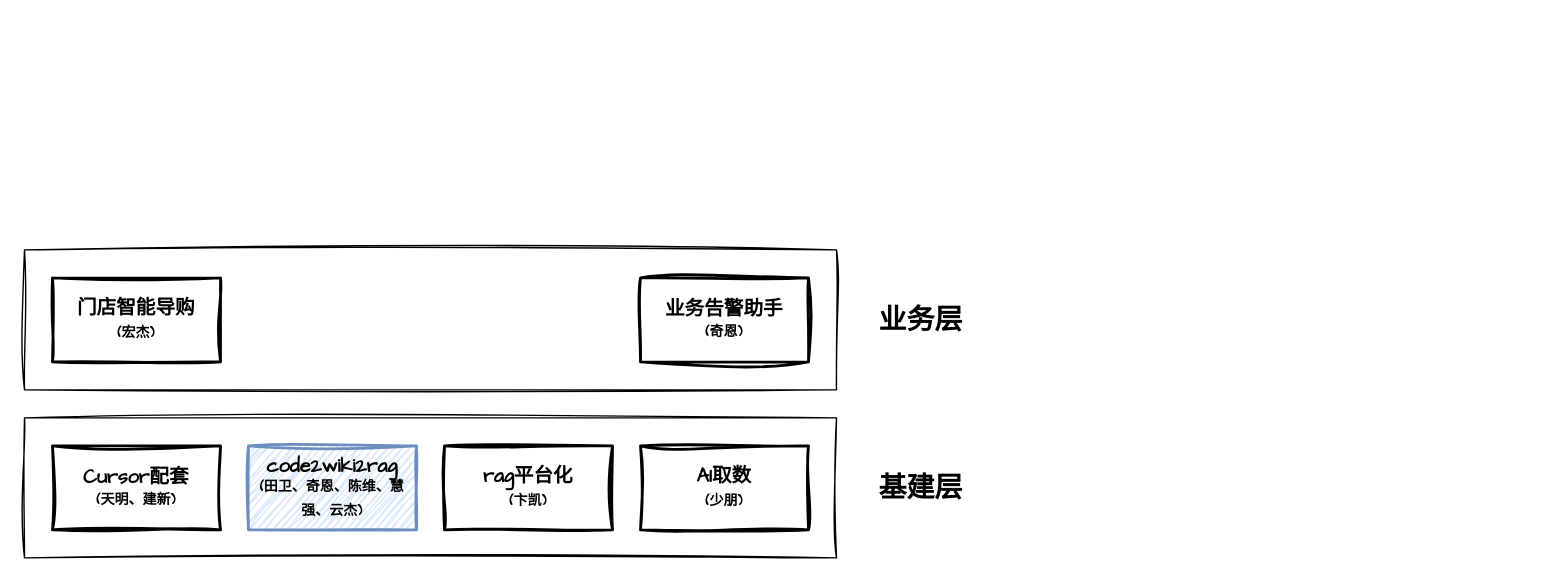
The draw.io diagram tc/AI.drawio in zhuanzhuan-tech/arch-draw-io, before the edit. Source tidied: cells renumbered, new cells numbered last; positions are measured from the earlier drawing's top-left corner, leaving out a move shared by most shapes. Both pictures are drawn from the tidied source at 140%, with x=0, y=0 at pixel (24, 249).
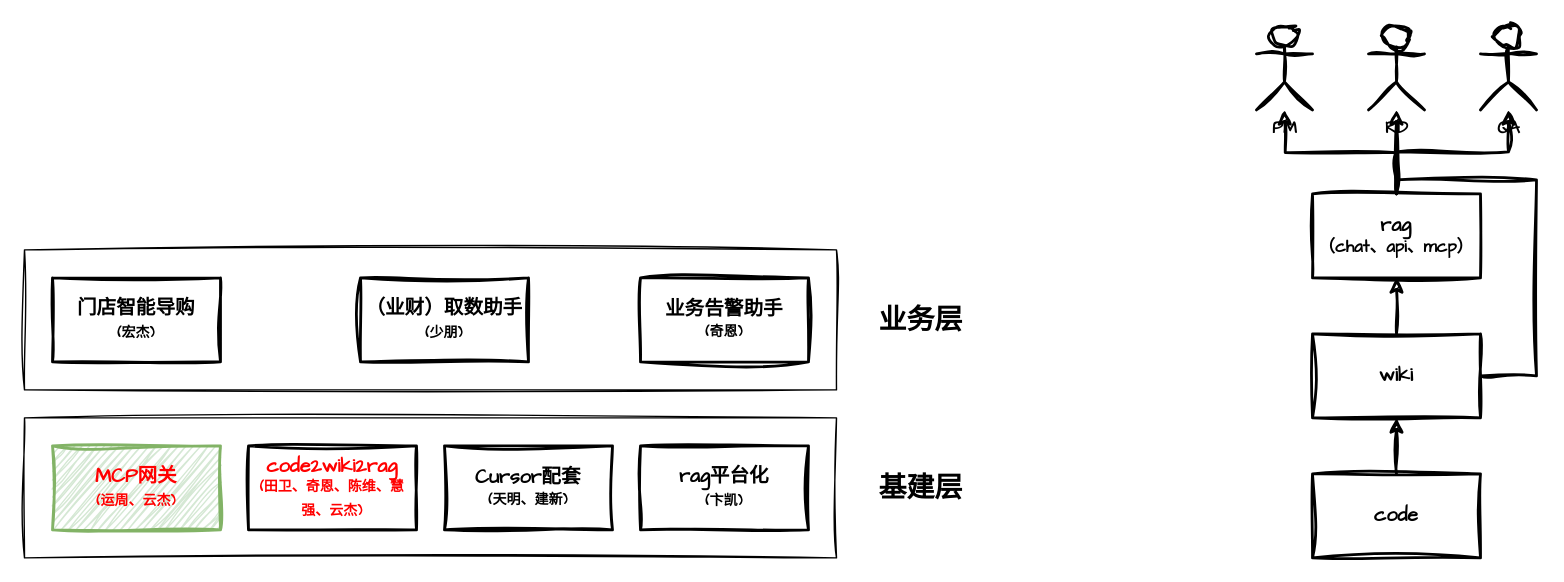
The same page after the edit.

What changed in the source:
```diff
@@
     <mxCell id="3" value="&lt;b&gt;&lt;font style=&quot;font-size: 14px;&quot;&gt;Cursor配套&lt;/font&gt;&lt;/b&gt;&lt;div&gt;&lt;b&gt;&lt;font style=&quot;font-size: 10px;&quot;&gt;(天明、建新)&lt;/font&gt;&lt;/b&gt;&lt;/div&gt;" style="rounded=0;whiteSpace=wrap;html=1;sketch=1;hachureGap=4;jiggle=2;curveFitting=1;fontFamily=Architects Daughter;fillColor=none;strokeWidth=2;" parent="1" vertex="1">
-      <mxGeometry x="20" y="140" width="120" height="60" as="geometry" />
+      <mxGeometry x="300" y="140" width="120" height="60" as="geometry" />
     </mxCell>
-    <mxCell id="4" value="&lt;b&gt;&lt;font style=&quot;font-size: 14px;&quot;&gt;code2wiki2rag&lt;/font&gt;&lt;/b&gt;&lt;div&gt;&lt;b&gt;&lt;font style=&quot;font-size: 10px;&quot;&gt;(田卫、奇恩、陈维、慧强、云杰)&lt;/font&gt;&lt;/b&gt;&lt;b&gt;&lt;font style=&quot;font-size: 14px;&quot;&gt;&lt;/font&gt;&lt;/b&gt;&lt;/div&gt;" style="rounded=0;whiteSpace=wrap;html=1;sketch=1;hachureGap=4;jiggle=2;curveFitting=1;fontFamily=Architects Daughter;fillColor=#dae8fc;strokeWidth=2;strokeColor=#6c8ebf;" parent="1" vertex="1">
+    <mxCell id="4" value="&lt;b&gt;&lt;font style=&quot;font-size: 14px; color: rgb(255, 0, 0);&quot;&gt;code2wiki2rag&lt;/font&gt;&lt;/b&gt;&lt;div&gt;&lt;b&gt;&lt;font style=&quot;font-size: 10px; color: rgb(255, 0, 0);&quot;&gt;(田卫、奇恩、陈维、慧强、云杰)&lt;/font&gt;&lt;/b&gt;&lt;b&gt;&lt;font style=&quot;font-size: 14px;&quot;&gt;&lt;/font&gt;&lt;/b&gt;&lt;/div&gt;" style="rounded=0;whiteSpace=wrap;html=1;sketch=1;hachureGap=4;jiggle=2;curveFitting=1;fontFamily=Architects Daughter;strokeWidth=2;" parent="1" vertex="1">
       <mxGeometry x="160" y="140" width="120" height="60" as="geometry" />
     </mxCell>
     <mxCell id="5" value="&lt;b&gt;&lt;font style=&quot;font-size: 14px;&quot;&gt;rag平台化&lt;/font&gt;&lt;/b&gt;&lt;div&gt;&lt;b&gt;&lt;font style=&quot;font-size: 10px;&quot;&gt;(卞凯)&lt;/font&gt;&lt;/b&gt;&lt;b&gt;&lt;font style=&quot;font-size: 14px;&quot;&gt;&lt;/font&gt;&lt;/b&gt;&lt;/div&gt;" style="rounded=0;whiteSpace=wrap;html=1;sketch=1;hachureGap=4;jiggle=2;curveFitting=1;fontFamily=Architects Daughter;fillColor=none;strokeWidth=2;" parent="1" vertex="1">
-      <mxGeometry x="300" y="140" width="120" height="60" as="geometry" />
+      <mxGeometry x="440" y="140" width="120" height="60" as="geometry" />
     </mxCell>
-    <mxCell id="6" value="&lt;b&gt;&lt;font style=&quot;font-size: 14px;&quot;&gt;AI取数&lt;/font&gt;&lt;/b&gt;&lt;div&gt;&lt;b&gt;&lt;font style=&quot;font-size: 10px;&quot;&gt;(少朋)&lt;/font&gt;&lt;/b&gt;&lt;b&gt;&lt;font style=&quot;font-size: 14px;&quot;&gt;&lt;/font&gt;&lt;/b&gt;&lt;/div&gt;" style="rounded=0;whiteSpace=wrap;html=1;sketch=1;hachureGap=4;jiggle=2;curveFitting=1;fontFamily=Architects Daughter;fillColor=none;strokeWidth=2;" parent="1" vertex="1">
-      <mxGeometry x="440" y="140" width="120" height="60" as="geometry" />
+    <mxCell id="6" value="&lt;b&gt;&lt;font style=&quot;font-size: 14px; color: rgb(255, 0, 0);&quot;&gt;MCP网关&lt;/font&gt;&lt;/b&gt;&lt;div&gt;&lt;b&gt;&lt;font style=&quot;font-size: 10px; color: rgb(255, 0, 0);&quot;&gt;(运周、云杰)&lt;/font&gt;&lt;/b&gt;&lt;b&gt;&lt;font style=&quot;font-size: 14px;&quot;&gt;&lt;/font&gt;&lt;/b&gt;&lt;/div&gt;" style="rounded=0;whiteSpace=wrap;html=1;sketch=1;hachureGap=4;jiggle=2;curveFitting=1;fontFamily=Architects Daughter;fillColor=#d5e8d4;strokeWidth=2;strokeColor=#82b366;" parent="1" vertex="1">
+      <mxGeometry x="20" y="140" width="120" height="60" as="geometry" />
     </mxCell>
@@
+    <mxCell id="12" style="edgeStyle=orthogonalEdgeStyle;rounded=0;sketch=1;hachureGap=4;jiggle=2;curveFitting=1;jettySize=auto;html=1;exitX=0.5;exitY=0;exitDx=0;exitDy=0;entryX=0.5;entryY=1;entryDx=0;entryDy=0;fontFamily=Architects Daughter;strokeWidth=2;" parent="1" edge="1" source="13" target="16">
+      <mxGeometry relative="1" as="geometry" />
+    </mxCell>
+    <mxCell id="13" value="&lt;span style=&quot;font-size: 14px;&quot;&gt;&lt;b&gt;code&lt;/b&gt;&lt;/span&gt;" style="rounded=0;whiteSpace=wrap;html=1;sketch=1;hachureGap=4;jiggle=2;curveFitting=1;fontFamily=Architects Daughter;fillColor=none;strokeWidth=2;" parent="1" vertex="1">
+      <mxGeometry x="920" y="160" width="120" height="60" as="geometry" />
+    </mxCell>
+    <mxCell id="14" style="edgeStyle=orthogonalEdgeStyle;rounded=0;sketch=1;hachureGap=4;jiggle=2;curveFitting=1;jettySize=auto;html=1;exitX=0.5;exitY=0;exitDx=0;exitDy=0;entryX=0.5;entryY=1;entryDx=0;entryDy=0;fontFamily=Architects Daughter;strokeWidth=2;" parent="1" edge="1" source="16" target="20">
+      <mxGeometry relative="1" as="geometry" />
+    </mxCell>
+    <mxCell id="15" style="edgeStyle=orthogonalEdgeStyle;rounded=0;sketch=1;hachureGap=4;jiggle=2;curveFitting=1;jettySize=auto;html=1;exitX=1;exitY=0.5;exitDx=0;exitDy=0;fontFamily=Architects Daughter;strokeWidth=2;startArrow=none;startFill=0;endArrow=none;endFill=0;" parent="1" edge="1" source="16">
+      <mxGeometry relative="1" as="geometry">
+        <mxPoint x="980" y="-70" as="targetPoint" />
+        <Array as="points">
+          <mxPoint x="1080" y="90" />
+          <mxPoint x="1080" y="-50" />
+          <mxPoint x="980" y="-50" />
+        </Array>
+      </mxGeometry>
+    </mxCell>
+    <mxCell id="16" value="&lt;span style=&quot;font-size: 14px;&quot;&gt;&lt;b&gt;wiki&lt;/b&gt;&lt;/span&gt;" style="rounded=0;whiteSpace=wrap;html=1;sketch=1;hachureGap=4;jiggle=2;curveFitting=1;fontFamily=Architects Daughter;fillColor=none;strokeWidth=2;" parent="1" vertex="1">
+      <mxGeometry x="920" y="60" width="120" height="60" as="geometry" />
+    </mxCell>
+    <mxCell id="17" style="edgeStyle=orthogonalEdgeStyle;rounded=0;sketch=1;hachureGap=4;jiggle=2;curveFitting=1;jettySize=auto;html=1;exitX=0.5;exitY=0;exitDx=0;exitDy=0;fontFamily=Architects Daughter;strokeWidth=2;" parent="1" edge="1" source="20" target="23">
+      <mxGeometry relative="1" as="geometry" />
+    </mxCell>
+    <mxCell id="18" style="edgeStyle=orthogonalEdgeStyle;rounded=0;sketch=1;hachureGap=4;jiggle=2;curveFitting=1;jettySize=auto;html=1;exitX=0.5;exitY=0;exitDx=0;exitDy=0;fontFamily=Architects Daughter;strokeWidth=2;" parent="1" edge="1" source="20" target="21">
+      <mxGeometry relative="1" as="geometry" />
+    </mxCell>
+    <mxCell id="19" style="edgeStyle=orthogonalEdgeStyle;rounded=0;sketch=1;hachureGap=4;jiggle=2;curveFitting=1;jettySize=auto;html=1;exitX=0.5;exitY=0;exitDx=0;exitDy=0;fontFamily=Architects Daughter;strokeWidth=2;" parent="1" edge="1" source="20">
+      <mxGeometry relative="1" as="geometry">
+        <mxPoint x="900" y="-100" as="targetPoint" />
+      </mxGeometry>
+    </mxCell>
+    <mxCell id="20" value="&lt;span style=&quot;font-size: 14px;&quot;&gt;&lt;b&gt;rag&lt;/b&gt;&lt;/span&gt;&lt;div&gt;&lt;font style=&quot;&quot;&gt;&lt;b&gt;（chat、api、mcp）&lt;/b&gt;&lt;/font&gt;&lt;/div&gt;" style="rounded=0;whiteSpace=wrap;html=1;sketch=1;hachureGap=4;jiggle=2;curveFitting=1;fontFamily=Architects Daughter;fillColor=none;strokeWidth=2;" parent="1" vertex="1">
+      <mxGeometry x="920" y="-40" width="120" height="60" as="geometry" />
+    </mxCell>
+    <mxCell id="21" value="&lt;b&gt;RD&lt;/b&gt;" style="shape=umlActor;verticalLabelPosition=bottom;verticalAlign=top;html=1;outlineConnect=0;sketch=1;hachureGap=4;jiggle=2;curveFitting=1;fontFamily=Architects Daughter;strokeWidth=2;" parent="1" vertex="1">
+      <mxGeometry x="960" y="-160" width="40" height="60" as="geometry" />
+    </mxCell>
+    <mxCell id="22" value="&lt;b&gt;PM&lt;/b&gt;" style="shape=umlActor;verticalLabelPosition=bottom;verticalAlign=top;html=1;sketch=1;hachureGap=4;jiggle=2;curveFitting=1;fontFamily=Architects Daughter;strokeWidth=2;" parent="1" vertex="1">
+      <mxGeometry x="880" y="-160" width="40" height="60" as="geometry" />
+    </mxCell>
+    <mxCell id="23" value="&lt;b&gt;QA&lt;/b&gt;" style="shape=umlActor;verticalLabelPosition=bottom;verticalAlign=top;html=1;outlineConnect=0;sketch=1;hachureGap=4;jiggle=2;curveFitting=1;fontFamily=Architects Daughter;strokeWidth=2;" parent="1" vertex="1">
+      <mxGeometry x="1040" y="-160" width="40" height="60" as="geometry" />
+    </mxCell>
+    <mxCell id="24" value="&lt;b&gt;&lt;font style=&quot;font-size: 14px;&quot;&gt;（业财）取数助手&lt;/font&gt;&lt;/b&gt;&lt;div&gt;&lt;b&gt;&lt;font style=&quot;font-size: 10px;&quot;&gt;(少朋)&lt;/font&gt;&lt;/b&gt;&lt;b&gt;&lt;font style=&quot;font-size: 14px;&quot;&gt;&lt;/font&gt;&lt;/b&gt;&lt;/div&gt;" style="rounded=0;whiteSpace=wrap;html=1;sketch=1;hachureGap=4;jiggle=2;curveFitting=1;fontFamily=Architects Daughter;fillColor=none;strokeWidth=2;" parent="1" vertex="1">
+      <mxGeometry x="240" y="20" width="120" height="60" as="geometry" />
+    </mxCell>
```
